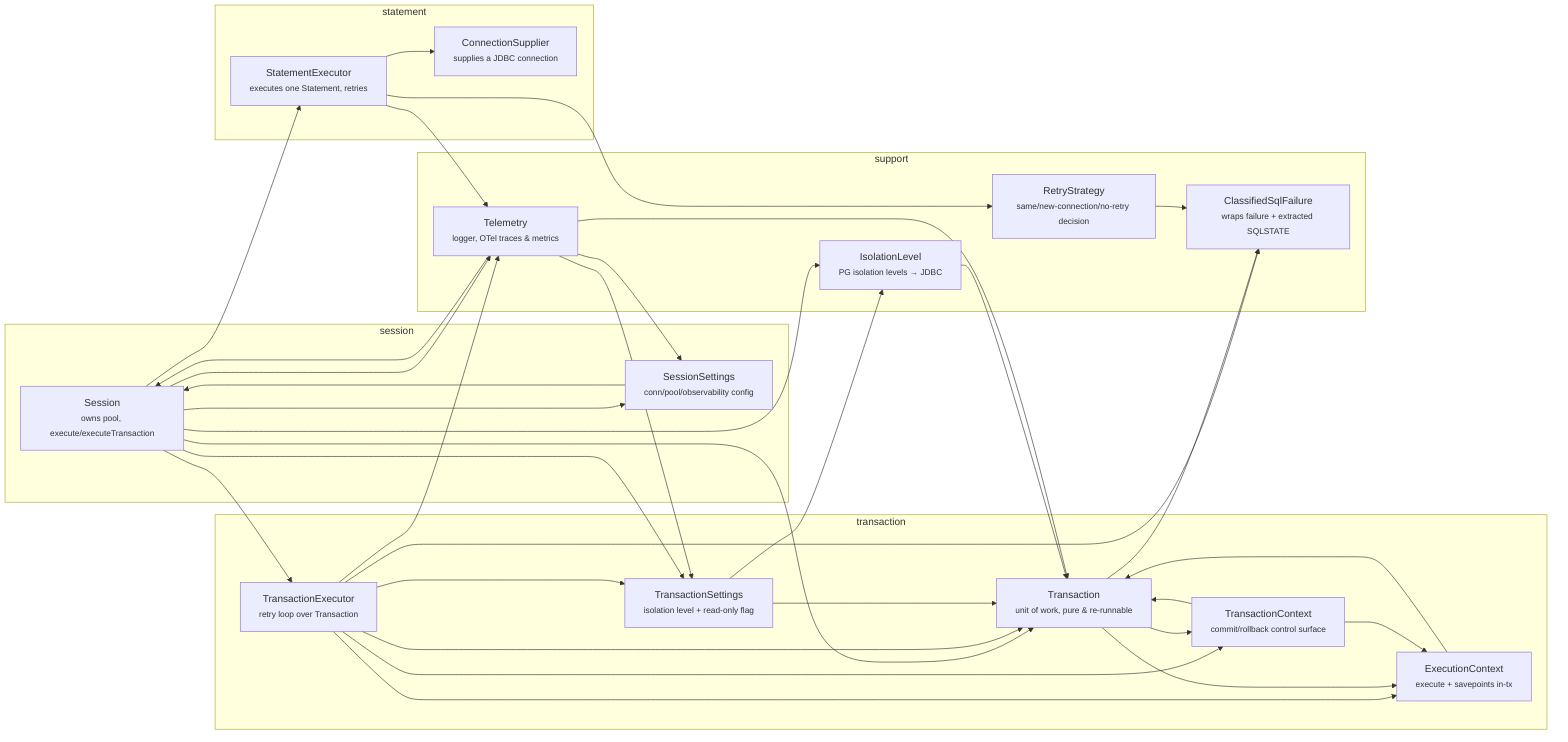
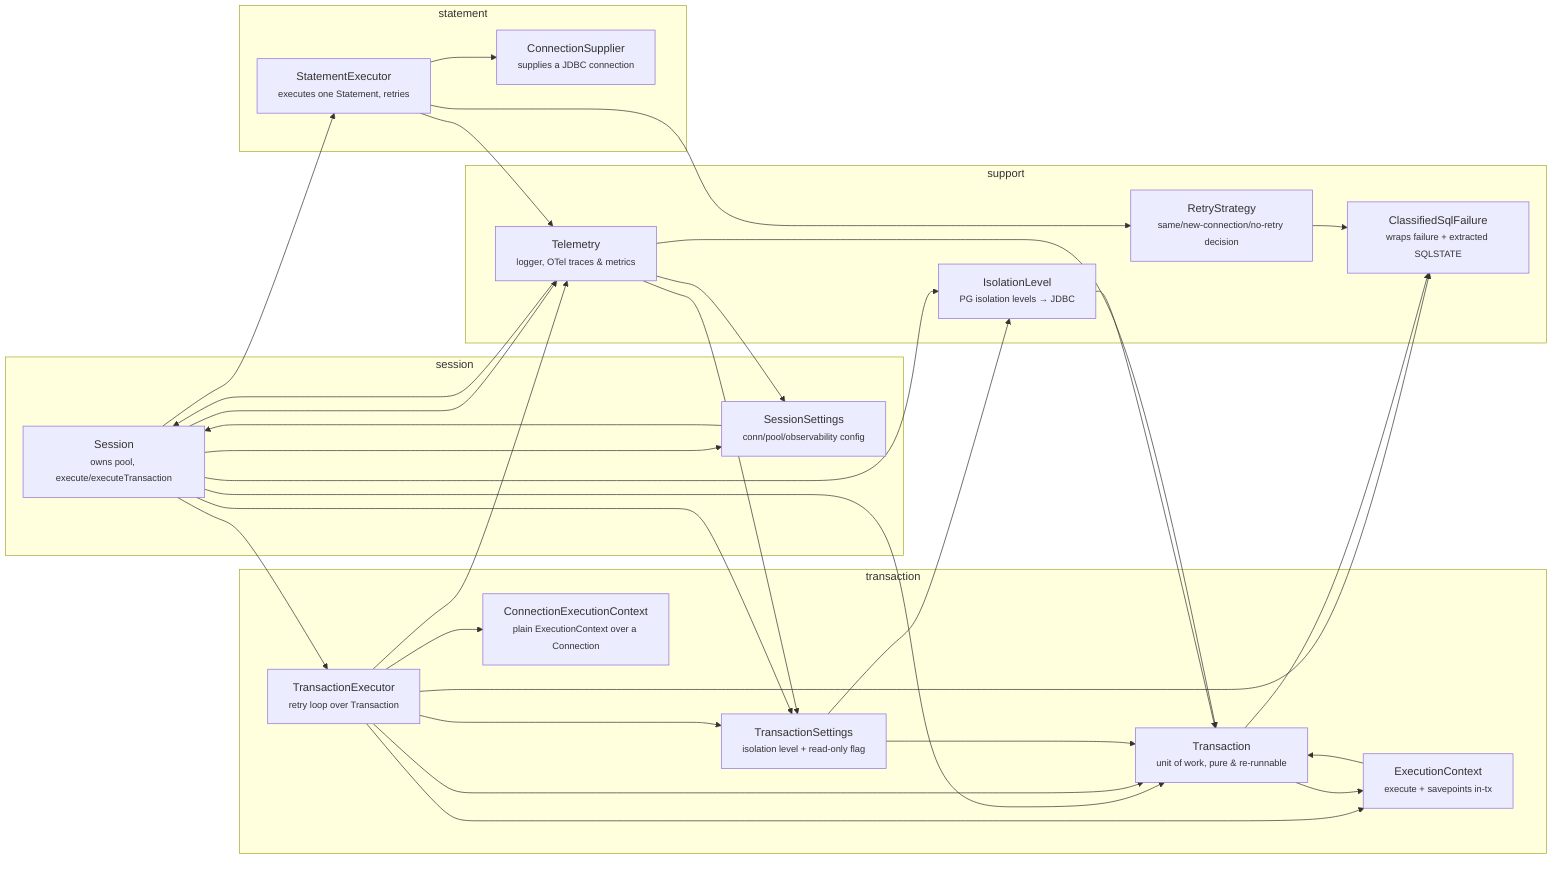
%% rich-pg.java module dependency graph
%% Nodes are Java classes under src/main/java/io/codemine/java/richpg/.
%% Edges point from a module to what it depends on.
flowchart LR
  subgraph session["session"]
    Session["Session<br/><small>owns pool, execute/executeTransaction</small>"]
    SessionSettings["SessionSettings<br/><small>conn/pool/observability config</small>"]
  end

  subgraph transaction["transaction"]
    TransactionExecutor["TransactionExecutor<br/><small>retry loop over Transaction</small>"]
    Transaction["Transaction<br/><small>unit of work, pure & re-runnable</small>"]
-     TransactionContext["TransactionContext<br/><small>commit/rollback control surface</small>"]
+     ConnectionExecutionContext["ConnectionExecutionContext<br/><small>plain ExecutionContext over a Connection</small>"]
    ExecutionContext["ExecutionContext<br/><small>execute + savepoints in-tx</small>"]
    TransactionSettings["TransactionSettings<br/><small>isolation level + read-only flag</small>"]
  end

  subgraph statement["statement"]
    StatementExecutor["StatementExecutor<br/><small>executes one Statement, retries</small>"]
    ConnectionSupplier["ConnectionSupplier<br/><small>supplies a JDBC connection</small>"]
  end

  subgraph support["support"]
    RetryStrategy["RetryStrategy<br/><small>same/new-connection/no-retry decision</small>"]
    ClassifiedSqlFailure["ClassifiedSqlFailure<br/><small>wraps failure + extracted SQLSTATE</small>"]
    IsolationLevel["IsolationLevel<br/><small>PG isolation levels → JDBC</small>"]
    Telemetry["Telemetry<br/><small>logger, OTel traces & metrics</small>"]
  end

  Session --> IsolationLevel
  Session --> SessionSettings
  Session --> StatementExecutor
  Session --> Telemetry
  Session --> Transaction
  Session --> TransactionExecutor
  Session --> TransactionSettings

  SessionSettings --> Session

  StatementExecutor --> ConnectionSupplier
  StatementExecutor --> RetryStrategy
  StatementExecutor --> Telemetry

  TransactionExecutor --> ClassifiedSqlFailure
+   TransactionExecutor --> ConnectionExecutionContext
  TransactionExecutor --> ExecutionContext
  TransactionExecutor --> Telemetry
  TransactionExecutor --> Transaction
-   TransactionExecutor --> TransactionContext
  TransactionExecutor --> TransactionSettings

  Transaction --> ClassifiedSqlFailure
  Transaction --> ExecutionContext
-   Transaction --> TransactionContext
- 
-   TransactionContext --> ExecutionContext
-   TransactionContext --> Transaction

  ExecutionContext --> Transaction

  TransactionSettings --> IsolationLevel
  TransactionSettings --> Transaction

  IsolationLevel --> Transaction

  RetryStrategy --> ClassifiedSqlFailure

  Telemetry --> Session
  Telemetry --> SessionSettings
  Telemetry --> Transaction
  Telemetry --> TransactionSettings
